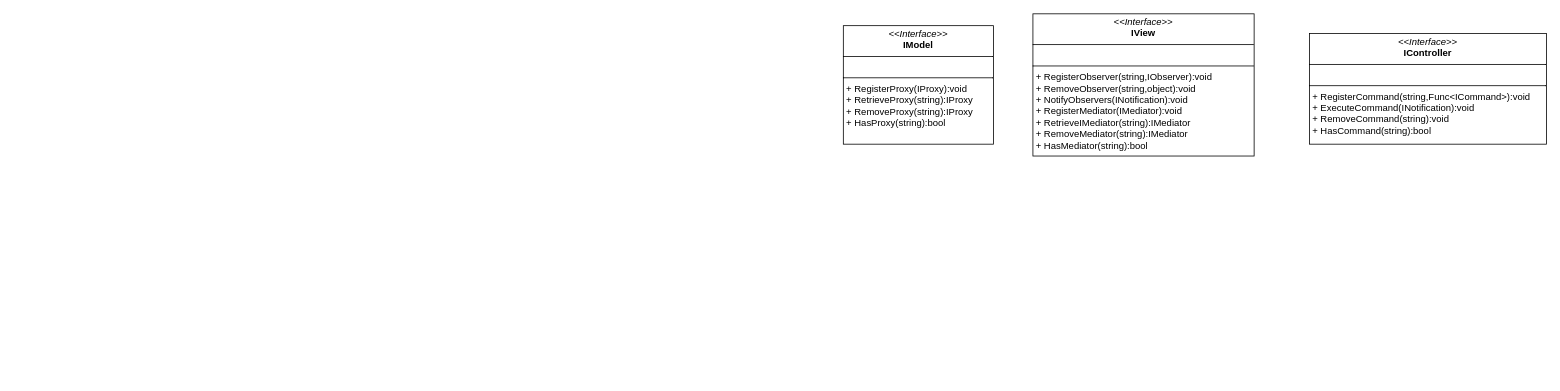
Before: PureMVC/PureMVC.drawio in Machals/Notes, a draw.io diagram. Source tidied: cells renumbered, new cells numbered last; positions are measured from the earlier drawing's top-left corner, leaving out a move shared by most shapes. Both pictures are drawn from the tidied source at 79%, with x=0, y=0 at pixel (843, 13).
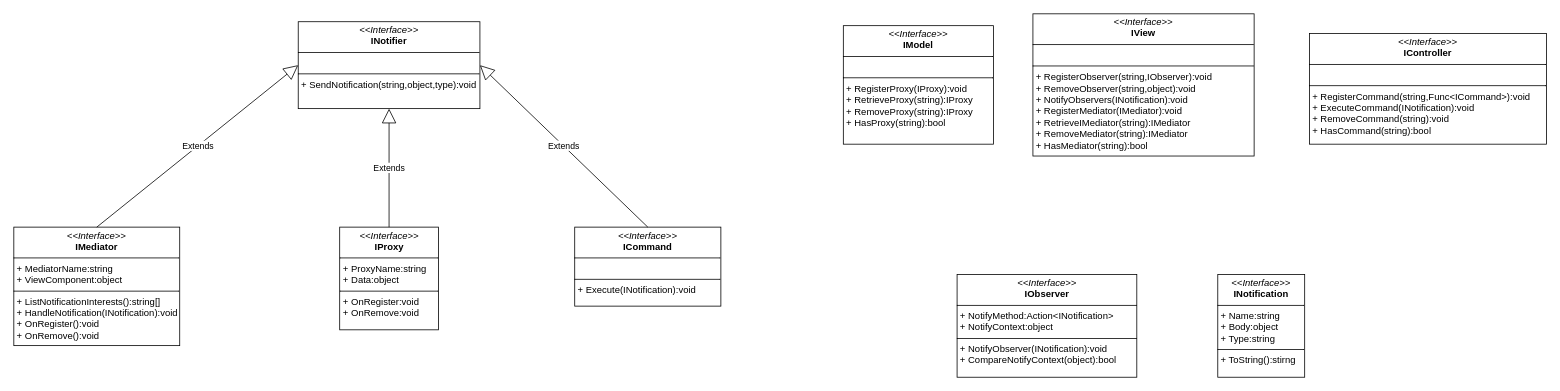
After the change.

Change to the diagram source:
```diff
@@
 <mxGraphModel>
   <root>
     <mxCell id="0" />
     <mxCell id="1" parent="0" />
     <mxCell id="2" value="&lt;p style=&quot;margin:0px;margin-top:4px;text-align:center;&quot;&gt;&lt;i&gt;&amp;lt;&amp;lt;Interface&amp;gt;&amp;gt;&lt;/i&gt;&lt;br&gt;&lt;b&gt;IModel&lt;/b&gt;&lt;/p&gt;&lt;hr size=&quot;1&quot; style=&quot;border-style:solid;&quot;&gt;&lt;p style=&quot;margin:0px;margin-left:4px;&quot;&gt;&lt;br&gt;&lt;/p&gt;&lt;hr size=&quot;1&quot; style=&quot;border-style:solid;&quot;&gt;&lt;p style=&quot;margin:0px;margin-left:4px;&quot;&gt;+ RegisterProxy(IProxy):void&lt;/p&gt;&lt;p style=&quot;margin:0px;margin-left:4px;&quot;&gt;+ RetrieveProxy(string):IProxy&lt;/p&gt;&lt;p style=&quot;margin:0px;margin-left:4px;&quot;&gt;+ RemoveProxy(string):IProxy&lt;/p&gt;&lt;p style=&quot;margin:0px;margin-left:4px;&quot;&gt;+ HasProxy(string):bool&lt;/p&gt;&lt;p style=&quot;margin:0px;margin-left:4px;&quot;&gt;&lt;br&gt;&lt;/p&gt;" style="verticalAlign=top;align=left;overflow=fill;html=1;whiteSpace=wrap;" parent="1" vertex="1">
       <mxGeometry y="15" width="190" height="150" as="geometry" />
     </mxCell>
     <mxCell id="3" style="edgeStyle=orthogonalEdgeStyle;rounded=0;orthogonalLoop=1;jettySize=auto;html=1;exitX=0.5;exitY=1;exitDx=0;exitDy=0;" parent="1" edge="1" source="2" target="2">
       <mxGeometry relative="1" as="geometry" />
     </mxCell>
     <mxCell id="4" value="&lt;p style=&quot;margin:0px;margin-top:4px;text-align:center;&quot;&gt;&lt;i&gt;&amp;lt;&amp;lt;Interface&amp;gt;&amp;gt;&lt;/i&gt;&lt;br&gt;&lt;b&gt;IView&lt;/b&gt;&lt;/p&gt;&lt;hr size=&quot;1&quot; style=&quot;border-style:solid;&quot;&gt;&lt;p style=&quot;margin:0px;margin-left:4px;&quot;&gt;&lt;br&gt;&lt;/p&gt;&lt;hr size=&quot;1&quot; style=&quot;border-style:solid;&quot;&gt;&lt;p style=&quot;margin:0px;margin-left:4px;&quot;&gt;+ RegisterObserver(string,IObserver):void&lt;/p&gt;&lt;p style=&quot;margin:0px;margin-left:4px;&quot;&gt;+ RemoveObserver(string,object):void&lt;/p&gt;&lt;p style=&quot;margin:0px;margin-left:4px;&quot;&gt;+ NotifyObservers(INotification):void&lt;/p&gt;&lt;p style=&quot;margin:0px;margin-left:4px;&quot;&gt;+ RegisterMediator(IMediator):void&lt;/p&gt;&lt;p style=&quot;margin:0px;margin-left:4px;&quot;&gt;+ RetrieveIMediator(string):IMediator&lt;/p&gt;&lt;p style=&quot;margin:0px;margin-left:4px;&quot;&gt;+ RemoveMediator(string):IMediator&lt;/p&gt;&lt;p style=&quot;margin:0px;margin-left:4px;&quot;&gt;+ HasMediator(string):bool&lt;/p&gt;&lt;p style=&quot;margin:0px;margin-left:4px;&quot;&gt;&lt;br&gt;&lt;/p&gt;&lt;p style=&quot;margin:0px;margin-left:4px;&quot;&gt;&lt;br&gt;&lt;/p&gt;" style="verticalAlign=top;align=left;overflow=fill;html=1;whiteSpace=wrap;" parent="1" vertex="1">
       <mxGeometry x="240" width="280" height="180" as="geometry" />
     </mxCell>
     <mxCell id="5" value="&lt;p style=&quot;margin:0px;margin-top:4px;text-align:center;&quot;&gt;&lt;i&gt;&amp;lt;&amp;lt;Interface&amp;gt;&amp;gt;&lt;/i&gt;&lt;br&gt;&lt;b&gt;IController&lt;/b&gt;&lt;/p&gt;&lt;hr size=&quot;1&quot; style=&quot;border-style:solid;&quot;&gt;&lt;p style=&quot;margin:0px;margin-left:4px;&quot;&gt;&lt;br&gt;&lt;/p&gt;&lt;hr size=&quot;1&quot; style=&quot;border-style:solid;&quot;&gt;&lt;p style=&quot;margin:0px;margin-left:4px;&quot;&gt;+ RegisterCommand(string,Func&amp;lt;ICommand&amp;gt;):void&lt;/p&gt;&lt;p style=&quot;margin:0px;margin-left:4px;&quot;&gt;+ ExecuteCommand(INotification):void&lt;/p&gt;&lt;p style=&quot;margin:0px;margin-left:4px;&quot;&gt;+ RemoveCommand(string):void&lt;/p&gt;&lt;p style=&quot;margin:0px;margin-left:4px;&quot;&gt;+ HasCommand(string):bool&lt;/p&gt;" style="verticalAlign=top;align=left;overflow=fill;html=1;whiteSpace=wrap;" parent="1" vertex="1">
       <mxGeometry x="590" y="25" width="300" height="140" as="geometry" />
     </mxCell>
+    <mxCell id="6" value="&lt;p style=&quot;margin:0px;margin-top:4px;text-align:center;&quot;&gt;&lt;i&gt;&amp;lt;&amp;lt;Interface&amp;gt;&amp;gt;&lt;/i&gt;&lt;br&gt;&lt;b&gt;IProxy&lt;/b&gt;&lt;/p&gt;&lt;hr size=&quot;1&quot; style=&quot;border-style:solid;&quot;&gt;&lt;p style=&quot;margin:0px;margin-left:4px;&quot;&gt;+&amp;nbsp;ProxyName:string&lt;/p&gt;&lt;p style=&quot;margin:0px;margin-left:4px;&quot;&gt;+ Data:object&lt;/p&gt;&lt;hr size=&quot;1&quot; style=&quot;border-style:solid;&quot;&gt;&lt;p style=&quot;margin:0px;margin-left:4px;&quot;&gt;+ OnRegister:void&lt;/p&gt;&lt;p style=&quot;margin:0px;margin-left:4px;&quot;&gt;+ OnRemove:void&lt;/p&gt;" style="verticalAlign=top;align=left;overflow=fill;html=1;whiteSpace=wrap;" parent="1" vertex="1">
+      <mxGeometry x="-637.5" y="270" width="125" height="130" as="geometry" />
+    </mxCell>
+    <mxCell id="7" value="&lt;p style=&quot;margin:0px;margin-top:4px;text-align:center;&quot;&gt;&lt;i&gt;&amp;lt;&amp;lt;Interface&amp;gt;&amp;gt;&lt;/i&gt;&lt;br&gt;&lt;b&gt;INotifier&lt;/b&gt;&lt;/p&gt;&lt;hr size=&quot;1&quot; style=&quot;border-style:solid;&quot;&gt;&lt;p style=&quot;margin:0px;margin-left:4px;&quot;&gt;&lt;br&gt;&lt;/p&gt;&lt;hr size=&quot;1&quot; style=&quot;border-style:solid;&quot;&gt;&lt;p style=&quot;margin:0px;margin-left:4px;&quot;&gt;+ SendNotification(string,object,type):void&lt;br&gt;&lt;/p&gt;" style="verticalAlign=top;align=left;overflow=fill;html=1;whiteSpace=wrap;" parent="1" vertex="1">
+      <mxGeometry x="-690" y="10" width="230" height="110" as="geometry" />
+    </mxCell>
+    <mxCell id="8" value="Extends" style="endArrow=block;endSize=16;endFill=0;html=1;rounded=0;exitX=0.5;exitY=0;exitDx=0;exitDy=0;entryX=0.5;entryY=1;entryDx=0;entryDy=0;" parent="1" edge="1" source="6" target="7">
+      <mxGeometry relative="1" as="geometry" />
+    </mxCell>
+    <mxCell id="9" value="&lt;p style=&quot;margin:0px;margin-top:4px;text-align:center;&quot;&gt;&lt;i&gt;&amp;lt;&amp;lt;Interface&amp;gt;&amp;gt;&lt;/i&gt;&lt;br&gt;&lt;b&gt;IObserver&lt;/b&gt;&lt;/p&gt;&lt;hr size=&quot;1&quot; style=&quot;border-style:solid;&quot;&gt;&lt;p style=&quot;margin:0px;margin-left:4px;&quot;&gt;+ NotifyMethod:Action&amp;lt;INotification&amp;gt;&lt;br&gt;&lt;/p&gt;&lt;p style=&quot;margin:0px;margin-left:4px;&quot;&gt;+ NotifyContext:object&lt;/p&gt;&lt;hr size=&quot;1&quot; style=&quot;border-style:solid;&quot;&gt;&lt;p style=&quot;margin:0px;margin-left:4px;&quot;&gt;+ NotifyObserver(INotification):void&lt;/p&gt;&lt;p style=&quot;margin:0px;margin-left:4px;&quot;&gt;+ CompareNotifyContext(object):bool&lt;/p&gt;" style="verticalAlign=top;align=left;overflow=fill;html=1;whiteSpace=wrap;" parent="1" vertex="1">
+      <mxGeometry x="144" y="330" width="227.5" height="130" as="geometry" />
+    </mxCell>
+    <mxCell id="10" value="&lt;p style=&quot;margin:0px;margin-top:4px;text-align:center;&quot;&gt;&lt;i&gt;&amp;lt;&amp;lt;Interface&amp;gt;&amp;gt;&lt;/i&gt;&lt;br&gt;&lt;b&gt;INotification&lt;/b&gt;&lt;/p&gt;&lt;hr size=&quot;1&quot; style=&quot;border-style:solid;&quot;&gt;&lt;p style=&quot;margin:0px;margin-left:4px;&quot;&gt;+ Name:string&lt;br&gt;&lt;/p&gt;&lt;p style=&quot;margin:0px;margin-left:4px;&quot;&gt;+ Body:object&lt;/p&gt;&lt;p style=&quot;margin:0px;margin-left:4px;&quot;&gt;+ Type:string&lt;/p&gt;&lt;hr size=&quot;1&quot; style=&quot;border-style:solid;&quot;&gt;&lt;p style=&quot;margin:0px;margin-left:4px;&quot;&gt;+ ToString():stirng&lt;/p&gt;" style="verticalAlign=top;align=left;overflow=fill;html=1;whiteSpace=wrap;" parent="1" vertex="1">
+      <mxGeometry x="474" y="330" width="110" height="130" as="geometry" />
+    </mxCell>
+    <mxCell id="11" value="&lt;p style=&quot;margin:0px;margin-top:4px;text-align:center;&quot;&gt;&lt;i&gt;&amp;lt;&amp;lt;Interface&amp;gt;&amp;gt;&lt;/i&gt;&lt;br&gt;&lt;b&gt;IMediator&lt;/b&gt;&lt;/p&gt;&lt;hr size=&quot;1&quot; style=&quot;border-style:solid;&quot;&gt;&lt;p style=&quot;margin:0px;margin-left:4px;&quot;&gt;+ MediatorName:string&lt;br&gt;&lt;/p&gt;&lt;p style=&quot;margin:0px;margin-left:4px;&quot;&gt;+ ViewComponent:object&lt;/p&gt;&lt;hr size=&quot;1&quot; style=&quot;border-style:solid;&quot;&gt;&lt;p style=&quot;margin:0px;margin-left:4px;&quot;&gt;+ ListNotificationInterests():string[]&lt;br&gt;&lt;/p&gt;&lt;p style=&quot;margin:0px;margin-left:4px;&quot;&gt;+&amp;nbsp;HandleNotification(INotification):void&lt;/p&gt;&lt;p style=&quot;margin:0px;margin-left:4px;&quot;&gt;+ OnRegister():void&lt;/p&gt;&lt;p style=&quot;margin:0px;margin-left:4px;&quot;&gt;+ OnRemove():void&lt;/p&gt;" style="verticalAlign=top;align=left;overflow=fill;html=1;whiteSpace=wrap;" parent="1" vertex="1">
+      <mxGeometry x="-1050" y="270" width="210" height="150" as="geometry" />
+    </mxCell>
+    <mxCell id="12" value="Extends" style="endArrow=block;endSize=16;endFill=0;html=1;rounded=0;entryX=0;entryY=0.5;entryDx=0;entryDy=0;exitX=0.5;exitY=0;exitDx=0;exitDy=0;" parent="1" edge="1" source="11" target="7">
+      <mxGeometry relative="1" as="geometry" />
+    </mxCell>
+    <mxCell id="13" value="&lt;p style=&quot;margin:0px;margin-top:4px;text-align:center;&quot;&gt;&lt;i&gt;&amp;lt;&amp;lt;Interface&amp;gt;&amp;gt;&lt;/i&gt;&lt;br&gt;&lt;b&gt;I&lt;/b&gt;&lt;span style=&quot;background-color: initial; text-align: left;&quot;&gt;&lt;b&gt;Command&lt;/b&gt;&lt;/span&gt;&lt;/p&gt;&lt;hr size=&quot;1&quot; style=&quot;border-style:solid;&quot;&gt;&lt;p style=&quot;margin:0px;margin-left:4px;&quot;&gt;&lt;br&gt;&lt;/p&gt;&lt;hr size=&quot;1&quot; style=&quot;border-style:solid;&quot;&gt;&lt;p style=&quot;margin:0px;margin-left:4px;&quot;&gt;+ Execute(INotification):void&lt;/p&gt;" style="verticalAlign=top;align=left;overflow=fill;html=1;whiteSpace=wrap;" parent="1" vertex="1">
+      <mxGeometry x="-340" y="270" width="185" height="100" as="geometry" />
+    </mxCell>
+    <mxCell id="14" value="Extends" style="endArrow=block;endSize=16;endFill=0;html=1;rounded=0;entryX=1;entryY=0.5;entryDx=0;entryDy=0;exitX=0.5;exitY=0;exitDx=0;exitDy=0;" parent="1" edge="1" source="13" target="7">
+      <mxGeometry relative="1" as="geometry" />
+    </mxCell>
   </root>
 </mxGraphModel>
```
